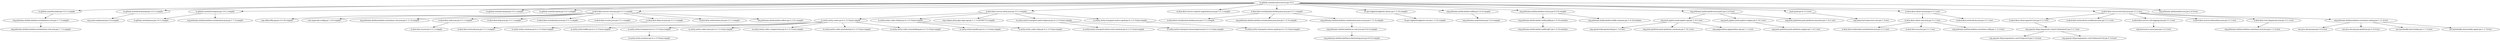
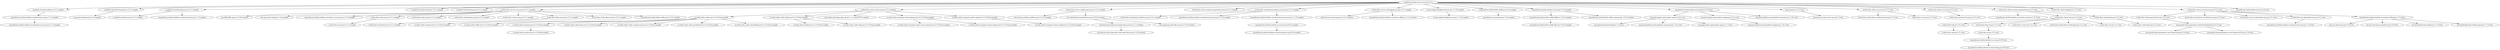
digraph "io.github.oewntk:oewn-server:jar:3.0.1" {
	"io.github.oewntk:oewn-server:jar:3.0.1" -> "io.github.oewntk:model:jar:3.0.1:compile" ;
	"io.github.oewntk:oewn-server:jar:3.0.1" -> "io.github.oewntk:fromyaml:jar:3.0.1:compile" ;
	"io.github.oewntk:oewn-server:jar:3.0.1" -> "io.github.oewntk:fromjson:jar:3.0.1:compile" ;
	"io.github.oewntk:oewn-server:jar:3.0.1" -> "io.github.oewntk:toyaml:jar:3.0.1:compile" ;
	"io.github.oewntk:oewn-server:jar:3.0.1" -> "io.github.oewntk:tojson:jar:3.0.1:compile" ;
	"io.github.oewntk:oewn-server:jar:3.0.1" -> "io.ktor:ktor-server-core-jvm:jar:3.5.1:compile" ;
	"io.github.oewntk:oewn-server:jar:3.0.1" -> "io.ktor:ktor-server-netty-jvm:jar:3.5.1:compile" ;
+ 	"io.github.oewntk:oewn-server:jar:3.0.1" -> "io.ktor:ktor-server-config-yaml-jvm:jar:3.5.1:compile" ;
	"io.github.oewntk:oewn-server:jar:3.0.1" -> "io.ktor:ktor-server-content-negotiation-jvm:jar:3.5.1:compile" ;
	"io.github.oewntk:oewn-server:jar:3.0.1" -> "io.ktor:ktor-serialization-kotlinx-json-jvm:jar:3.5.1:compile" ;
+ 	"io.github.oewntk:oewn-server:jar:3.0.1" -> "io.ktor:ktor-server-call-logging-jvm:jar:3.5.1:compile" ;
	"io.github.oewntk:oewn-server:jar:3.0.1" -> "ch.qos.logback:logback-classic:jar:1.5.35:compile" ;
	"io.github.oewntk:oewn-server:jar:3.0.1" -> "org.jetbrains.kotlin:kotlin-stdlib:jar:2.4.0:compile" ;
	"io.github.oewntk:oewn-server:jar:3.0.1" -> "org.jetbrains.kotlinx:kotlinx-cli-jvm:jar:0.3.6:compile" ;
	"io.github.oewntk:oewn-server:jar:3.0.1" -> "org.jetbrains.kotlin:kotlin-test-junit5:jar:2.4.0:test" ;
	"io.github.oewntk:oewn-server:jar:3.0.1" -> "junit:junit:jar:4.13.2:test" ;
+ 	"io.github.oewntk:oewn-server:jar:3.0.1" -> "io.ktor:ktor-client-core-jvm:jar:3.5.1:test" ;
	"io.github.oewntk:oewn-server:jar:3.0.1" -> "io.ktor:ktor-client-cio-jvm:jar:3.5.1:test" ;
+ 	"io.github.oewntk:oewn-server:jar:3.0.1" -> "io.ktor:ktor-client-content-negotiation:jar:3.5.1:test" ;
+ 	"io.github.oewntk:oewn-server:jar:3.0.1" -> "io.ktor:ktor-client-logging:jar:3.5.1:test" ;
	"io.github.oewntk:oewn-server:jar:3.0.1" -> "io.ktor:ktor-server-test-host-jvm:jar:3.5.1:test" ;
	"io.github.oewntk:oewn-server:jar:3.0.1" -> "org.jetbrains.kotlin:kotlin-test:jar:2.4.0:test" ;
	"io.github.oewntk:model:jar:3.0.1:compile" -> "org.jetbrains.kotlinx:kotlinx-serialization-core:jar:1.7.3:compile" ;
	"org.jetbrains.kotlinx:kotlinx-serialization-core:jar:1.7.3:compile" -> "org.jetbrains.kotlinx:kotlinx-serialization-core-jvm:jar:1.7.3:compile" ;
	"io.github.oewntk:fromyaml:jar:3.0.1:compile" -> "org.yaml:snakeyaml:jar:2.6:compile" ;
	"io.github.oewntk:fromjson:jar:3.0.1:compile" -> "io.github.oewntk:json:jar:3.0.1:compile" ;
	"io.github.oewntk:fromjson:jar:3.0.1:compile" -> "org.jetbrains.kotlinx:kotlinx-serialization-json:jar:1.7.3:compile" ;
	"io.ktor:ktor-server-core-jvm:jar:3.5.1:compile" -> "org.slf4j:slf4j-api:jar:2.0.18:compile" ;
	"io.ktor:ktor-server-core-jvm:jar:3.5.1:compile" -> "com.typesafe:config:jar:1.4.9:compile" ;
	"io.ktor:ktor-server-core-jvm:jar:3.5.1:compile" -> "org.jetbrains.kotlinx:kotlinx-coroutines-core-jvm:jar:1.11.0:compile" ;
	"io.ktor:ktor-server-core-jvm:jar:3.5.1:compile" -> "io.ktor:ktor-utils-jvm:jar:3.5.1:compile" ;
	"io.ktor:ktor-server-core-jvm:jar:3.5.1:compile" -> "io.ktor:ktor-http-jvm:jar:3.5.1:compile" ;
	"io.ktor:ktor-server-core-jvm:jar:3.5.1:compile" -> "io.ktor:ktor-serialization-jvm:jar:3.5.1:compile" ;
	"io.ktor:ktor-server-core-jvm:jar:3.5.1:compile" -> "io.ktor:ktor-events-jvm:jar:3.5.1:compile" ;
	"io.ktor:ktor-server-core-jvm:jar:3.5.1:compile" -> "io.ktor:ktor-http-cio-jvm:jar:3.5.1:compile" ;
	"io.ktor:ktor-server-core-jvm:jar:3.5.1:compile" -> "io.ktor:ktor-websockets-jvm:jar:3.5.1:compile" ;
	"io.ktor:ktor-server-core-jvm:jar:3.5.1:compile" -> "org.jetbrains.kotlin:kotlin-reflect:jar:2.3.21:compile" ;
	"io.ktor:ktor-utils-jvm:jar:3.5.1:compile" -> "io.ktor:ktor-io-jvm:jar:3.5.1:compile" ;
	"io.ktor:ktor-http-cio-jvm:jar:3.5.1:compile" -> "io.ktor:ktor-network-jvm:jar:3.5.1:compile" ;
	"io.ktor:ktor-server-netty-jvm:jar:3.5.1:compile" -> "io.netty:netty-codec:jar:4.2.15.Final:compile" ;
	"io.ktor:ktor-server-netty-jvm:jar:3.5.1:compile" -> "io.netty:netty-codec-http2:jar:4.2.15.Final:compile" ;
	"io.ktor:ktor-server-netty-jvm:jar:3.5.1:compile" -> "org.eclipse.jetty.alpn:alpn-api:jar:1.1.3.v20160715:compile" ;
	"io.ktor:ktor-server-netty-jvm:jar:3.5.1:compile" -> "io.netty:netty-transport-native-kqueue:jar:4.2.15.Final:compile" ;
	"io.ktor:ktor-server-netty-jvm:jar:3.5.1:compile" -> "io.netty:netty-transport-native-epoll:jar:4.2.15.Final:compile" ;
	"io.netty:netty-codec:jar:4.2.15.Final:compile" -> "io.netty:netty-common:jar:4.2.15.Final:compile" ;
	"io.netty:netty-codec:jar:4.2.15.Final:compile" -> "io.netty:netty-buffer:jar:4.2.15.Final:compile" ;
	"io.netty:netty-codec:jar:4.2.15.Final:compile" -> "io.netty:netty-transport:jar:4.2.15.Final:compile" ;
	"io.netty:netty-codec:jar:4.2.15.Final:compile" -> "io.netty:netty-codec-base:jar:4.2.15.Final:compile" ;
	"io.netty:netty-codec:jar:4.2.15.Final:compile" -> "io.netty:netty-codec-compression:jar:4.2.15.Final:compile" ;
	"io.netty:netty-codec:jar:4.2.15.Final:compile" -> "io.netty:netty-codec-protobuf:jar:4.2.15.Final:compile" ;
	"io.netty:netty-codec:jar:4.2.15.Final:compile" -> "io.netty:netty-codec-marshalling:jar:4.2.15.Final:compile" ;
	"io.netty:netty-transport:jar:4.2.15.Final:compile" -> "io.netty:netty-resolver:jar:4.2.15.Final:compile" ;
	"io.netty:netty-codec-http2:jar:4.2.15.Final:compile" -> "io.netty:netty-handler:jar:4.2.15.Final:compile" ;
	"io.netty:netty-codec-http2:jar:4.2.15.Final:compile" -> "io.netty:netty-codec-http:jar:4.2.15.Final:compile" ;
	"io.netty:netty-transport-native-kqueue:jar:4.2.15.Final:compile" -> "io.netty:netty-transport-native-unix-common:jar:4.2.15.Final:compile" ;
	"io.netty:netty-transport-native-kqueue:jar:4.2.15.Final:compile" -> "io.netty:netty-transport-classes-kqueue:jar:4.2.15.Final:compile" ;
	"io.netty:netty-transport-native-epoll:jar:4.2.15.Final:compile" -> "io.netty:netty-transport-classes-epoll:jar:4.2.15.Final:compile" ;
+ 	"io.ktor:ktor-server-config-yaml-jvm:jar:3.5.1:compile" -> "net.mamoe.yamlkt:yamlkt-jvm:jar:0.13.0:compile" ;
+ 	"io.ktor:ktor-server-config-yaml-jvm:jar:3.5.1:compile" -> "com.charleskorn.kaml:kaml-jvm:jar:0.79.0:runtime" ;
+ 	"com.charleskorn.kaml:kaml-jvm:jar:0.79.0:runtime" -> "it.krzeminski:snakeyaml-engine-kmp-jvm:jar:3.1.1:runtime" ;
+ 	"com.charleskorn.kaml:kaml-jvm:jar:0.79.0:runtime" -> "com.squareup.okio:okio-jvm:jar:3.12.0:runtime" ;
+ 	"it.krzeminski:snakeyaml-engine-kmp-jvm:jar:3.1.1:runtime" -> "net.thauvin.erik.urlencoder:urlencoder-lib-jvm:jar:1.6.0:runtime" ;
	"io.ktor:ktor-serialization-kotlinx-json-jvm:jar:3.5.1:compile" -> "io.ktor:ktor-serialization-kotlinx-jvm:jar:3.5.1:compile" ;
	"io.ktor:ktor-serialization-kotlinx-json-jvm:jar:3.5.1:compile" -> "org.jetbrains.kotlinx:kotlinx-serialization-json-jvm:jar:1.11.0:compile" ;
	"io.ktor:ktor-serialization-kotlinx-json-jvm:jar:3.5.1:compile" -> "org.jetbrains.kotlinx:kotlinx-serialization-json-io-jvm:jar:1.11.0:compile" ;
	"org.jetbrains.kotlinx:kotlinx-serialization-json-io-jvm:jar:1.11.0:compile" -> "org.jetbrains.kotlinx:kotlinx-io-core-jvm:jar:0.6.0:compile" ;
	"org.jetbrains.kotlinx:kotlinx-io-core-jvm:jar:0.6.0:compile" -> "org.jetbrains.kotlinx:kotlinx-io-bytestring-jvm:jar:0.6.0:compile" ;
+ 	"io.ktor:ktor-server-call-logging-jvm:jar:3.5.1:compile" -> "org.fusesource.jansi:jansi:jar:2.4.3:runtime" ;
+ 	"io.ktor:ktor-server-call-logging-jvm:jar:3.5.1:compile" -> "org.jetbrains.kotlinx:kotlinx-coroutines-slf4j:jar:1.11.0:runtime" ;
	"ch.qos.logback:logback-classic:jar:1.5.35:compile" -> "ch.qos.logback:logback-core:jar:1.5.35:compile" ;
	"org.jetbrains.kotlin:kotlin-stdlib:jar:2.4.0:compile" -> "org.jetbrains:annotations:jar:13.0:compile" ;
- 	"org.jetbrains.kotlinx:kotlinx-cli-jvm:jar:0.3.6:compile" -> "org.jetbrains.kotlin:kotlin-stdlib-jdk8:jar:1.9.10:runtime" ;
+ 	"org.jetbrains.kotlinx:kotlinx-cli-jvm:jar:0.3.6:compile" -> "org.jetbrains.kotlin:kotlin-stdlib-jdk8:jar:1.9.10:compile" ;
	"org.jetbrains.kotlinx:kotlinx-cli-jvm:jar:0.3.6:compile" -> "org.jetbrains.kotlin:kotlin-stdlib-common:jar:1.9.10:runtime" ;
- 	"org.jetbrains.kotlin:kotlin-stdlib-jdk8:jar:1.9.10:runtime" -> "org.jetbrains.kotlin:kotlin-stdlib-jdk7:jar:1.9.10:runtime" ;
+ 	"org.jetbrains.kotlin:kotlin-stdlib-jdk8:jar:1.9.10:compile" -> "org.jetbrains.kotlin:kotlin-stdlib-jdk7:jar:1.9.10:compile" ;
	"org.jetbrains.kotlin:kotlin-test-junit5:jar:2.4.0:test" -> "org.junit.jupiter:junit-jupiter-api:jar:5.10.1:test" ;
	"org.jetbrains.kotlin:kotlin-test-junit5:jar:2.4.0:test" -> "org.junit.jupiter:junit-jupiter-engine:jar:5.10.1:test" ;
	"org.jetbrains.kotlin:kotlin-test-junit5:jar:2.4.0:test" -> "org.junit.platform:junit-platform-launcher:jar:1.10.1:test" ;
	"org.junit.jupiter:junit-jupiter-api:jar:5.10.1:test" -> "org.opentest4j:opentest4j:jar:1.3.0:test" ;
	"org.junit.jupiter:junit-jupiter-api:jar:5.10.1:test" -> "org.junit.platform:junit-platform-commons:jar:1.10.1:test" ;
	"org.junit.jupiter:junit-jupiter-api:jar:5.10.1:test" -> "org.apiguardian:apiguardian-api:jar:1.1.2:test" ;
	"org.junit.jupiter:junit-jupiter-engine:jar:5.10.1:test" -> "org.junit.platform:junit-platform-engine:jar:1.10.1:test" ;
	"junit:junit:jar:4.13.2:test" -> "org.hamcrest:hamcrest-core:jar:1.3:test" ;
- 	"io.ktor:ktor-client-cio-jvm:jar:3.5.1:test" -> "io.ktor:ktor-client-core-jvm:jar:3.5.1:test" ;
- 	"io.ktor:ktor-client-cio-jvm:jar:3.5.1:test" -> "io.ktor:ktor-network-tls-jvm:jar:3.5.1:test" ;
	"io.ktor:ktor-client-core-jvm:jar:3.5.1:test" -> "io.ktor:ktor-websocket-serialization-jvm:jar:3.5.1:test" ;
	"io.ktor:ktor-client-core-jvm:jar:3.5.1:test" -> "io.ktor:ktor-sse-jvm:jar:3.5.1:test" ;
- 	"io.ktor:ktor-client-core-jvm:jar:3.5.1:test" -> "org.jetbrains.kotlinx:kotlinx-coroutines-slf4j:jar:1.11.0:test" ;
+ 	"io.ktor:ktor-client-cio-jvm:jar:3.5.1:test" -> "io.ktor:ktor-network-tls-jvm:jar:3.5.1:test" ;
+ 	"io.ktor:ktor-client-content-negotiation:jar:3.5.1:test" -> "org.jetbrains.kotlinx:kotlinx-coroutines-core:jar:1.11.0:test" ;
+ 	"io.ktor:ktor-client-content-negotiation:jar:3.5.1:test" -> "io.ktor:ktor-client-core:jar:3.5.1:test" ;
+ 	"io.ktor:ktor-client-content-negotiation:jar:3.5.1:test" -> "io.ktor:ktor-serialization:jar:3.5.1:test" ;
+ 	"io.ktor:ktor-client-core:jar:3.5.1:test" -> "io.ktor:ktor-http:jar:3.5.1:test" ;
+ 	"io.ktor:ktor-client-core:jar:3.5.1:test" -> "io.ktor:ktor-http-cio:jar:3.5.1:test" ;
+ 	"io.ktor:ktor-client-core:jar:3.5.1:test" -> "io.ktor:ktor-events:jar:3.5.1:test" ;
+ 	"io.ktor:ktor-client-core:jar:3.5.1:test" -> "io.ktor:ktor-websocket-serialization:jar:3.5.1:test" ;
+ 	"io.ktor:ktor-client-core:jar:3.5.1:test" -> "io.ktor:ktor-sse:jar:3.5.1:test" ;
+ 	"io.ktor:ktor-http:jar:3.5.1:test" -> "io.ktor:ktor-utils:jar:3.5.1:test" ;
+ 	"io.ktor:ktor-http-cio:jar:3.5.1:test" -> "io.ktor:ktor-io:jar:3.5.1:test" ;
+ 	"io.ktor:ktor-io:jar:3.5.1:test" -> "org.jetbrains.kotlinx:kotlinx-io-core:jar:0.9.0:test" ;
+ 	"org.jetbrains.kotlinx:kotlinx-io-core:jar:0.9.0:test" -> "org.jetbrains.kotlinx:kotlinx-io-bytestring:jar:0.9.0:test" ;
+ 	"io.ktor:ktor-serialization:jar:3.5.1:test" -> "io.ktor:ktor-websockets:jar:3.5.1:test" ;
	"io.ktor:ktor-server-test-host-jvm:jar:3.5.1:test" -> "io.ktor:ktor-client-apache5-jvm:jar:3.5.1:test" ;
	"io.ktor:ktor-server-test-host-jvm:jar:3.5.1:test" -> "io.ktor:ktor-network-tls-certificates-jvm:jar:3.5.1:test" ;
- 	"io.ktor:ktor-server-test-host-jvm:jar:3.5.1:test" -> "io.ktor:ktor-server-call-logging-jvm:jar:3.5.1:test" ;
	"io.ktor:ktor-server-test-host-jvm:jar:3.5.1:test" -> "io.ktor:ktor-server-websockets-jvm:jar:3.5.1:test" ;
	"io.ktor:ktor-server-test-host-jvm:jar:3.5.1:test" -> "io.ktor:ktor-test-dispatcher-jvm:jar:3.5.1:test" ;
	"io.ktor:ktor-server-test-host-jvm:jar:3.5.1:test" -> "org.jetbrains.kotlinx:kotlinx-coroutines-debug:jar:1.11.0:test" ;
	"io.ktor:ktor-client-apache5-jvm:jar:3.5.1:test" -> "org.apache.httpcomponents.client5:httpclient5:jar:5.5.1:test" ;
	"org.apache.httpcomponents.client5:httpclient5:jar:5.5.1:test" -> "org.apache.httpcomponents.core5:httpcore5:jar:5.3.6:test" ;
	"org.apache.httpcomponents.client5:httpclient5:jar:5.5.1:test" -> "org.apache.httpcomponents.core5:httpcore5-h2:jar:5.3.6:test" ;
- 	"io.ktor:ktor-server-call-logging-jvm:jar:3.5.1:test" -> "org.fusesource.jansi:jansi:jar:2.4.3:test" ;
	"io.ktor:ktor-test-dispatcher-jvm:jar:3.5.1:test" -> "org.jetbrains.kotlinx:kotlinx-coroutines-test-jvm:jar:1.11.0:test" ;
	"org.jetbrains.kotlinx:kotlinx-coroutines-debug:jar:1.11.0:test" -> "net.java.dev.jna:jna:jar:5.9.0:test" ;
	"org.jetbrains.kotlinx:kotlinx-coroutines-debug:jar:1.11.0:test" -> "net.java.dev.jna:jna-platform:jar:5.9.0:test" ;
	"org.jetbrains.kotlinx:kotlinx-coroutines-debug:jar:1.11.0:test" -> "net.bytebuddy:byte-buddy:jar:1.17.6:test" ;
	"org.jetbrains.kotlinx:kotlinx-coroutines-debug:jar:1.11.0:test" -> "net.bytebuddy:byte-buddy-agent:jar:1.17.6:test" ;
 }